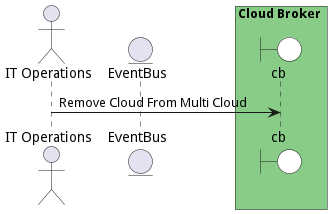
The PlantUML diagram docs/edgemere/sml/cb/usecases/managemulticloud/RemoveCloudFromMultiCloud.png in madajaju/edgemere, before a commit.
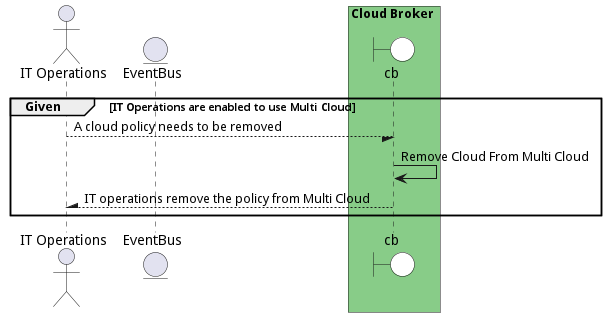
The same diagram one commit later.

What changed in the source:
```diff
@@ -1,4 +1,5 @@
 @startuml
+
 
 actor "IT Operations"
 
@@ -10,9 +11,16 @@
 end box
 
 
+group Given [IT Operations are enabled to use Multi Cloud]
 
-"IT Operations" -> cb: Remove Cloud From Multi Cloud
+"IT Operations" --/ cb: A cloud policy needs to be removed
+"cb" -> cb: Remove Cloud From Multi Cloud
 
 
 
+"IT Operations" /-- cb: IT operations remove the policy from Multi Cloud
+
+
+end
+
 @enduml
```
